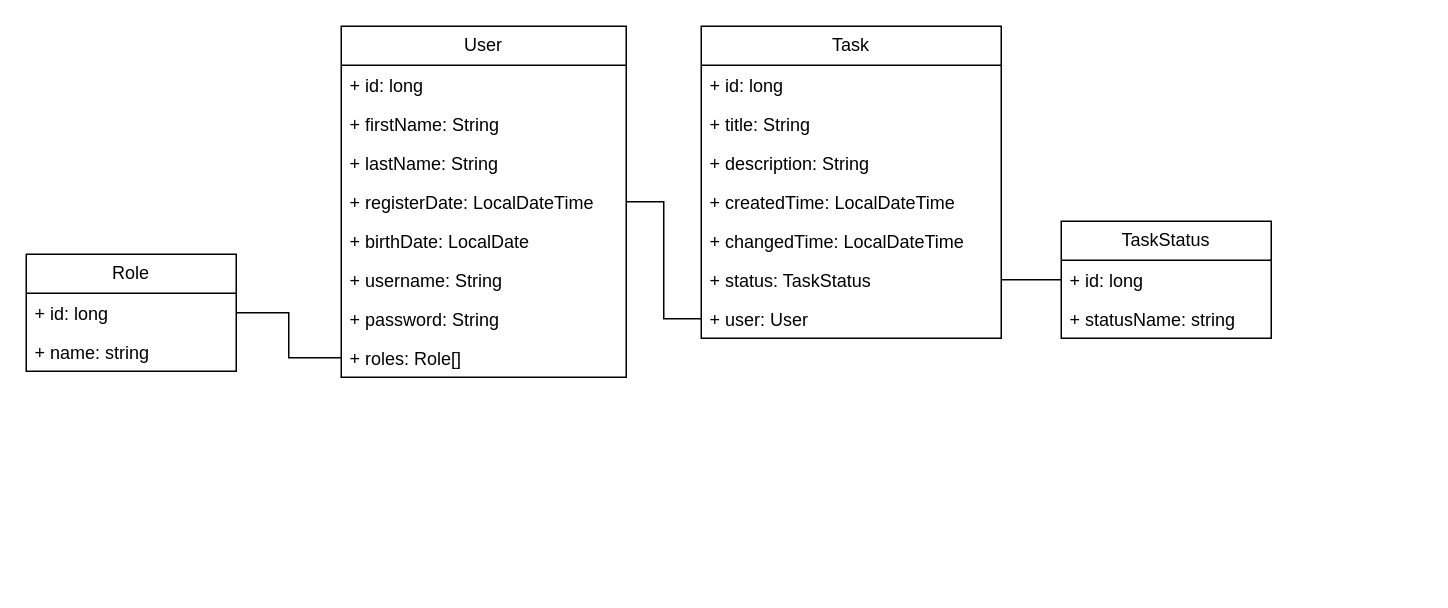
This is page "Диаграмма классов" (3 of 6) of UML/UML_diagrams.drawio from ktoToGdeTo/BachelorDiploma, a draw.io file, before an edit. Source tidied: cells renumbered, new cells numbered last; positions are measured from the earlier drawing's top-left corner, leaving out a move shared by most shapes. Both pictures are drawn from the tidied source at 150%, with x=0, y=0 at pixel (26, 26).
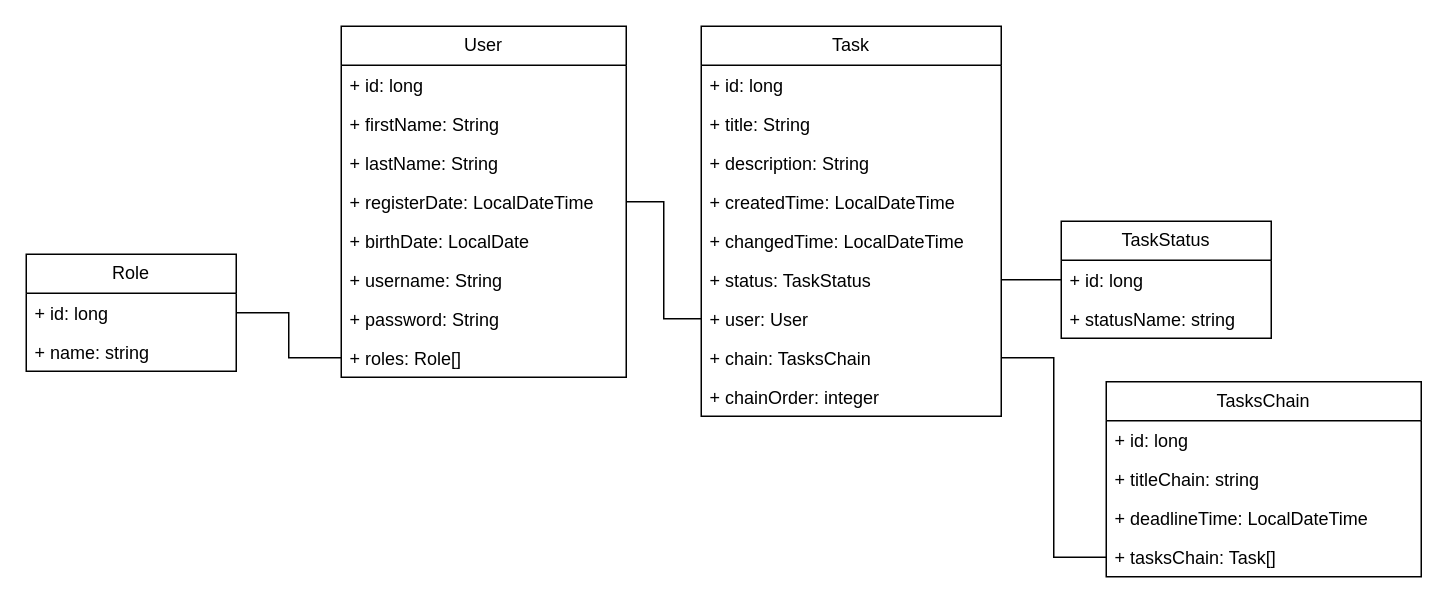
After the change.

What changed in the source:
```diff
@@
     <mxCell id="12" value="Task" style="swimlane;fontStyle=0;horizontal=1;startSize=26;fillColor=none;whiteSpace=wrap;html=1;" parent="1" vertex="1">
-      <mxGeometry x="450" width="200" height="208" as="geometry" />
+      <mxGeometry x="450" width="200" height="260" as="geometry" />
     </mxCell>
@@
+    <mxCell id="28" value="+ chain: TasksChain" style="text;strokeColor=none;fillColor=none;align=left;verticalAlign=top;spacingLeft=4;spacingRight=4;overflow=hidden;points=[[0,0.5],[1,0.5]];portConstraint=eastwest;whiteSpace=wrap;html=1;" parent="12" vertex="1">
+      <mxGeometry y="208" width="200" height="26" as="geometry" />
+    </mxCell>
+    <mxCell id="29" value="+ chainOrder: integer" style="text;strokeColor=none;fillColor=none;align=left;verticalAlign=top;spacingLeft=4;spacingRight=4;overflow=hidden;whiteSpace=wrap;html=1;" parent="12" vertex="1">
+      <mxGeometry y="234" width="200" height="26" as="geometry" />
+    </mxCell>
@@
+    <mxCell id="30" value="TasksChain" style="swimlane;fontStyle=0;horizontal=1;startSize=26;fillColor=none;whiteSpace=wrap;html=1;" parent="1" vertex="1">
+      <mxGeometry x="720" y="237" width="210" height="130" as="geometry" />
+    </mxCell>
+    <mxCell id="31" value="+ id: long" style="text;strokeColor=none;fillColor=none;align=left;verticalAlign=top;spacingLeft=4;spacingRight=4;overflow=hidden;whiteSpace=wrap;html=1;" parent="30" vertex="1">
+      <mxGeometry y="26" width="210" height="26" as="geometry" />
+    </mxCell>
+    <mxCell id="32" value="+ titleChain: string" style="text;strokeColor=none;fillColor=none;align=left;verticalAlign=top;spacingLeft=4;spacingRight=4;overflow=hidden;whiteSpace=wrap;html=1;" parent="30" vertex="1">
+      <mxGeometry y="52" width="210" height="26" as="geometry" />
+    </mxCell>
+    <mxCell id="33" value="+ deadlineTime: LocalDateTime" style="text;strokeColor=none;fillColor=none;align=left;verticalAlign=top;spacingLeft=4;spacingRight=4;overflow=hidden;whiteSpace=wrap;html=1;" parent="30" vertex="1">
+      <mxGeometry y="78" width="210" height="26" as="geometry" />
+    </mxCell>
+    <mxCell id="34" value="+ tasksChain: Task[]" style="text;strokeColor=none;fillColor=none;align=left;verticalAlign=top;spacingLeft=4;spacingRight=4;overflow=hidden;points=[[0,0.5],[1,0.5]];portConstraint=eastwest;whiteSpace=wrap;html=1;" parent="30" vertex="1">
+      <mxGeometry y="104" width="210" height="26" as="geometry" />
+    </mxCell>
+    <mxCell id="35" style="edgeStyle=orthogonalEdgeStyle;rounded=0;jettySize=auto;html=1;exitX=0;exitY=0.5;exitDx=0;exitDy=0;entryX=1;entryY=0.5;entryDx=0;entryDy=0;endArrow=none;endFill=0;" parent="1" edge="1" source="34" target="28">
+      <mxGeometry relative="1" as="geometry" />
+    </mxCell>
```
